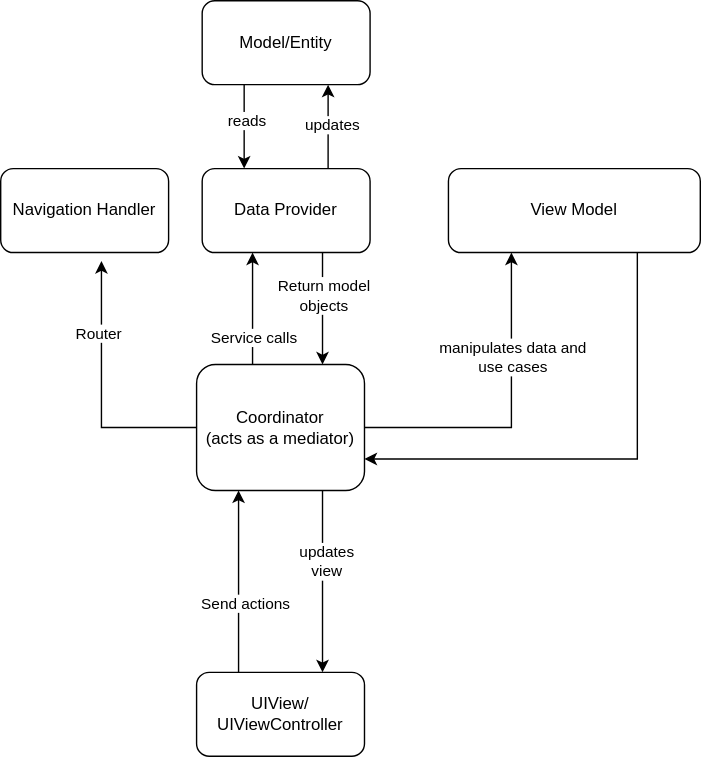
Above: Architecture.drawio.svg in iteshdutt/PremierLeague (draw.io), before the change. Source tidied: cells renumbered, new cells last; positions are measured from the earlier drawing's top-left corner, leaving out a move shared by most shapes.
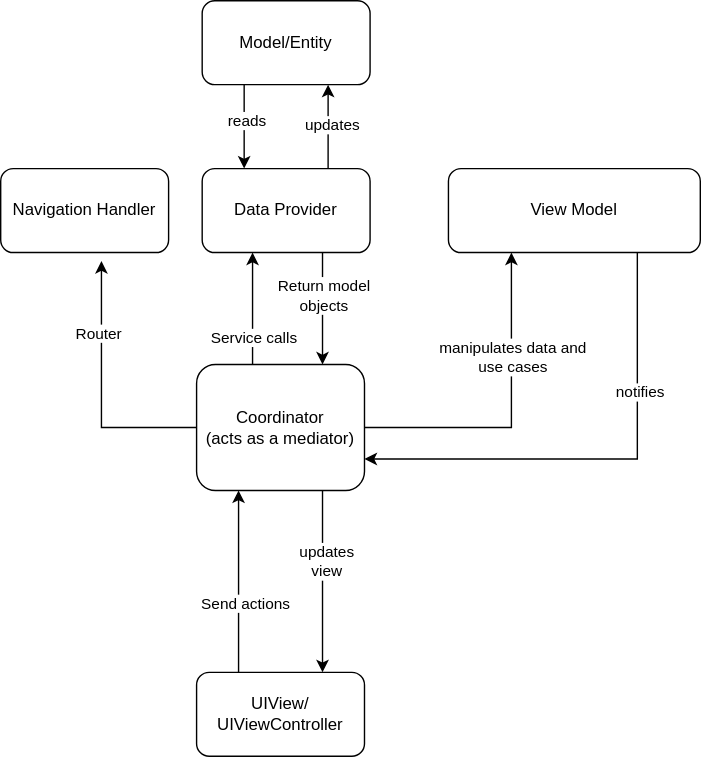
The same file after the commit.

The edit, as a diff of the source:
```diff
@@ -52,6 +52,9 @@
     <mxCell id="14" style="edgeStyle=orthogonalEdgeStyle;rounded=0;jettySize=auto;html=1;exitX=0.75;exitY=1;exitDx=0;exitDy=0;entryX=1;entryY=0.75;entryDx=0;entryDy=0;" parent="1" edge="1" source="15" target="13">
       <mxGeometry relative="1" as="geometry" />
     </mxCell>
+    <mxCell id="25" value="&lt;div&gt;notifies&lt;/div&gt;" style="edgeLabel;html=1;align=center;verticalAlign=middle;" parent="14" vertex="1">
+      <mxGeometry x="-0.42" y="1" relative="1" as="geometry" />
+    </mxCell>
     <mxCell id="15" value="View Model" style="rounded=1;whiteSpace=wrap;html=1;" parent="1" vertex="1">
       <mxGeometry x="320" y="120" width="180" height="60" as="geometry" />
     </mxCell>
```
